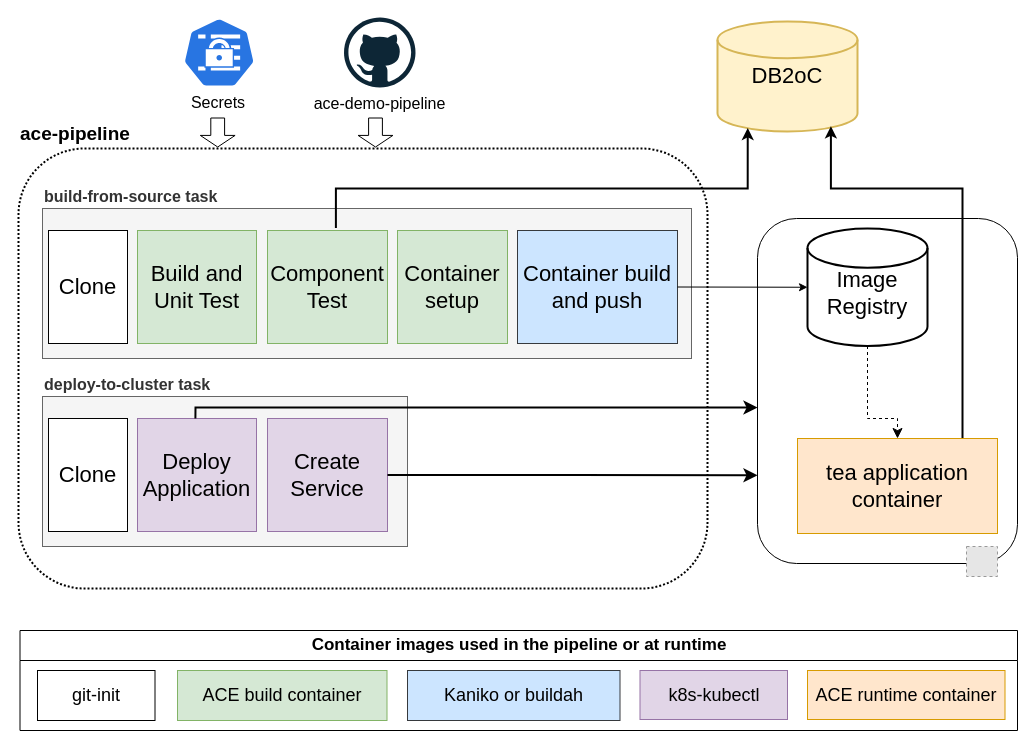
This is demo-infrastructure/images/tekton-pipeline.drawio from ot4i/ace-demo-pipeline, a draw.io file, before an edit. Source tidied: cells renumbered, new cells numbered last; positions are measured from the earlier drawing's top-left corner, leaving out a move shared by most shapes. Both pictures are drawn from the tidied source at 100%, with x=0, y=0 at pixel (18, 17). Pictures stored in the file or linked from it are replaced by grey dashed boxes.
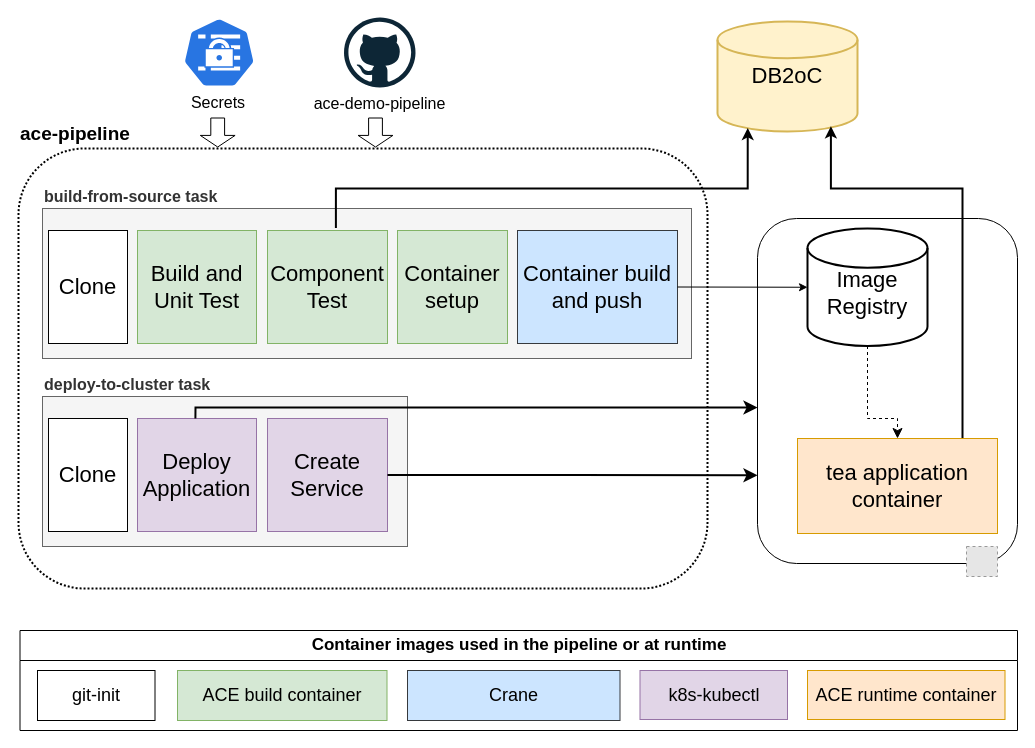
After the change.

Unchanged cells that the change refers to:
```xml
<mxCell id="23" value="Container images used in the pipeline or at runtime" style="swimlane;whiteSpace=wrap;html=1;startSize=30;fontSize=17;" parent="1" vertex="1">
  <mxGeometry x="1.5" y="613" width="997.5" height="100" as="geometry" />
</mxCell>
```

Change to the diagram source:
```diff
@@
-    <mxCell id="26" value="Kaniko or buildah" style="rounded=0;whiteSpace=wrap;html=1;fontSize=18;fillColor=#cce5ff;strokeColor=#36393d;" parent="23" vertex="1">
+    <mxCell id="26" value="Crane" style="rounded=0;whiteSpace=wrap;html=1;fontSize=18;fillColor=#cce5ff;strokeColor=#36393d;" parent="23" vertex="1">
       <mxGeometry x="387.5" y="40" width="212.5" height="50" as="geometry" />
     </mxCell>
```
